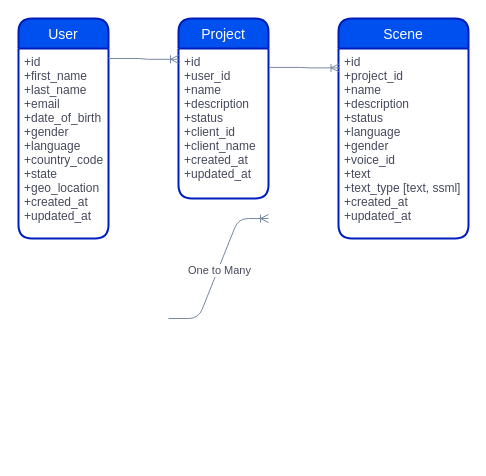
The draw.io diagram erm/tts_lip-sync_erm.drawio in IvanFarkas/tts_lip-sync_erm, before the edit. Source tidied: cells renumbered, new cells numbered last; positions are measured from the earlier drawing's top-left corner, leaving out a move shared by most shapes. Both pictures are drawn from the tidied source at 100%, with x=0, y=0 at pixel (18, 18).
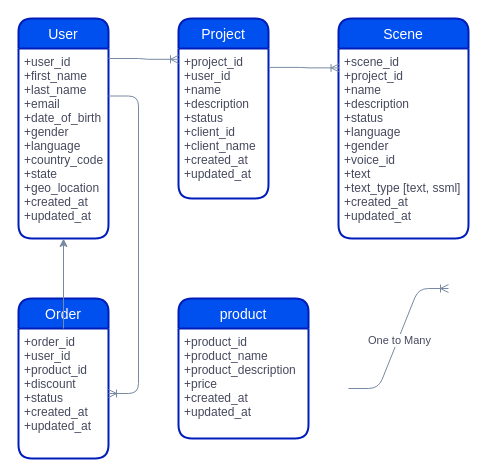
Above is the later version.

Unchanged cells that the change refers to:
```xml
<mxCell id="2" value="Project" style="swimlane;horizontal=1;startSize=30;rounded=1;fontSize=14;fontStyle=0;strokeWidth=2;shadow=0;dashed=0;align=center;strokeColor=#001DBC;fontColor=#ffffff;fillColor=#0050ef;gradientColor=none;swimlaneFillColor=default;" parent="1" vertex="1">
  <mxGeometry x="160" width="90" height="180" as="geometry" />
</mxCell>
<mxCell id="4" value="Scene" style="swimlane;horizontal=1;startSize=30;rounded=1;fontSize=14;fontStyle=0;strokeWidth=2;shadow=0;dashed=0;align=center;strokeColor=#001DBC;fontColor=#ffffff;fillColor=#0050ef;" parent="1" vertex="1">
  <mxGeometry x="320" width="130" height="220" as="geometry" />
</mxCell>
<mxCell id="9" value="User" style="swimlane;horizontal=1;startSize=30;rounded=1;fontSize=14;fontStyle=0;strokeWidth=2;shadow=0;dashed=0;align=center;strokeColor=#001DBC;fontColor=#ffffff;fillColor=#0050ef;gradientColor=none;swimlaneFillColor=default;" parent="1" vertex="1">
  <mxGeometry width="90" height="220" as="geometry" />
</mxCell>
```

Change to the diagram source:
```diff
@@
-    <mxCell id="3" value="+id&#10;+user_id&#10;+name&#10;+description&#10;+status&#10;+client_id&#10;+client_name&#10;+created_at&#10;+updated_at" style="align=left;strokeColor=none;fillColor=none;spacingLeft=4;fontSize=12;verticalAlign=top;fontColor=#46495D;" parent="2" vertex="1">
+    <mxCell id="3" value="+project_id&#10;+user_id&#10;+name&#10;+description&#10;+status&#10;+client_id&#10;+client_name&#10;+created_at&#10;+updated_at" style="align=left;strokeColor=none;fillColor=none;spacingLeft=4;fontSize=12;verticalAlign=top;fontColor=#46495D;" parent="2" vertex="1">
       <mxGeometry y="30" width="90" height="150" as="geometry" />
     </mxCell>
@@
-    <mxCell id="5" value="+id&#10;+project_id&#10;+name&#10;+description&#10;+status&#10;+language&#10;+gender&#10;+voice_id&#10;+text&#10;+text_type [text, ssml]&#10;+created_at&#10;+updated_at" style="align=left;strokeColor=none;fillColor=none;spacingLeft=4;fontSize=12;verticalAlign=top;fontColor=#46495D;" parent="4" vertex="1">
+    <mxCell id="5" value="+scene_id&#10;+project_id&#10;+name&#10;+description&#10;+status&#10;+language&#10;+gender&#10;+voice_id&#10;+text&#10;+text_type [text, ssml]&#10;+created_at&#10;+updated_at" style="align=left;strokeColor=none;fillColor=none;spacingLeft=4;fontSize=12;verticalAlign=top;fontColor=#46495D;" parent="4" vertex="1">
       <mxGeometry y="30" width="130" height="190" as="geometry" />
     </mxCell>
@@
     <mxCell id="7" style="edgeStyle=entityRelationEdgeStyle;fontSize=12;html=1;endArrow=ERoneToMany;strokeColor=#788AA3;fontColor=#46495D;fillColor=#B2C9AB;rounded=1;" parent="1" edge="1">
       <mxGeometry relative="1" as="geometry">
-        <mxPoint x="150" y="300" as="sourcePoint" />
-        <mxPoint x="250" y="200" as="targetPoint" />
+        <mxPoint x="330" y="370" as="sourcePoint" />
+        <mxPoint x="430" y="270" as="targetPoint" />
       </mxGeometry>
     </mxCell>
@@
-    <mxCell id="10" value="+id&#10;+first_name&#10;+last_name&#10;+email&#10;+date_of_birth&#10;+gender&#10;+language&#10;+country_code&#10;+state&#10;+geo_location&#10;+created_at&#10;+updated_at" style="align=left;strokeColor=none;fillColor=none;spacingLeft=4;fontSize=12;verticalAlign=top;fontColor=#46495D;" parent="9" vertex="1">
+    <mxCell id="10" value="+user_id&#10;+first_name&#10;+last_name&#10;+email&#10;+date_of_birth&#10;+gender&#10;+language&#10;+country_code&#10;+state&#10;+geo_location&#10;+created_at&#10;+updated_at" style="align=left;strokeColor=none;fillColor=none;spacingLeft=4;fontSize=12;verticalAlign=top;fontColor=#46495D;" parent="9" vertex="1">
       <mxGeometry y="30" width="90" height="190" as="geometry" />
     </mxCell>
@@
+    <mxCell id="12" value="Order" style="swimlane;horizontal=1;startSize=30;rounded=1;fontSize=14;fontStyle=0;strokeWidth=2;shadow=0;dashed=0;align=center;strokeColor=#001DBC;fontColor=#ffffff;fillColor=#0050ef;gradientColor=none;swimlaneFillColor=default;" parent="1" vertex="1">
+      <mxGeometry y="280" width="90" height="160" as="geometry" />
+    </mxCell>
+    <mxCell id="13" value="+order_id&#10;+user_id&#10;+product_id&#10;+discount&#10;+status&#10;+created_at&#10;+updated_at" style="align=left;strokeColor=none;fillColor=none;spacingLeft=4;fontSize=12;verticalAlign=top;fontColor=#46495D;" parent="12" vertex="1">
+      <mxGeometry y="30" width="90" height="130" as="geometry" />
+    </mxCell>
+    <mxCell id="14" value="product" style="swimlane;horizontal=1;startSize=30;rounded=1;fontSize=14;fontStyle=0;strokeWidth=2;shadow=0;dashed=0;align=center;strokeColor=#001DBC;fontColor=#ffffff;fillColor=#0050ef;gradientColor=none;swimlaneFillColor=default;" parent="1" vertex="1">
+      <mxGeometry x="160" y="280" width="130" height="140" as="geometry" />
+    </mxCell>
+    <mxCell id="15" value="+product_id&#10;+product_name&#10;+product_description&#10;+price&#10;+created_at&#10;+updated_at" style="align=left;strokeColor=none;fillColor=none;spacingLeft=4;fontSize=12;verticalAlign=top;fontColor=#46495D;" parent="14" vertex="1">
+      <mxGeometry y="30" width="130" height="110" as="geometry" />
+    </mxCell>
+    <mxCell id="16" style="edgeStyle=entityRelationEdgeStyle;fontSize=12;html=1;endArrow=ERoneToMany;rounded=1;strokeColor=#788AA3;fontColor=#46495D;fillColor=#B2C9AB;exitX=1;exitY=0.25;exitDx=0;exitDy=0;" parent="1" edge="1" source="10" target="13">
+      <mxGeometry relative="1" as="geometry" />
+    </mxCell>
+    <mxCell id="17" style="edgeStyle=orthogonalEdgeStyle;rounded=1;jettySize=auto;html=1;strokeColor=#788AA3;fontColor=#46495D;fillColor=#B2C9AB;" parent="1" edge="1" source="13" target="10">
+      <mxGeometry relative="1" as="geometry" />
+    </mxCell>
```
